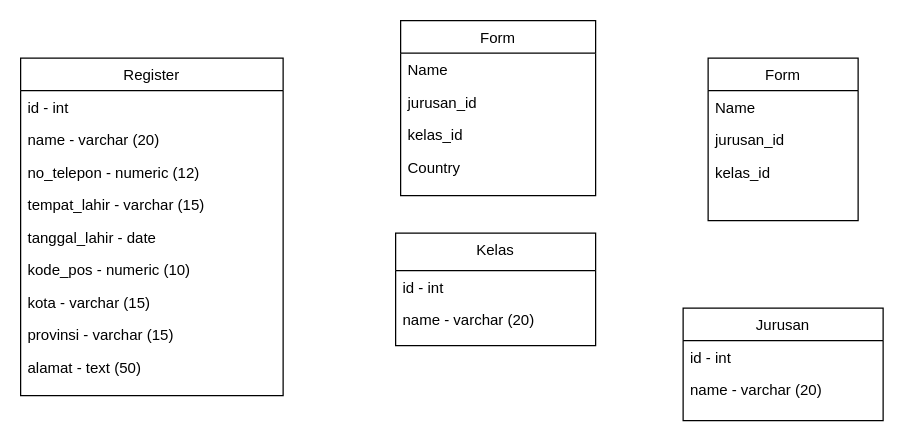
Above: Untitled Diagram.drawio in danangsptro/register-vhs (draw.io), before the change. Source tidied: cells renumbered, new cells numbered last; positions are measured from the earlier drawing's top-left corner, leaving out a move shared by most shapes. Both pictures are drawn from the tidied source at 125%, with x=0, y=0 at pixel (20, 20).
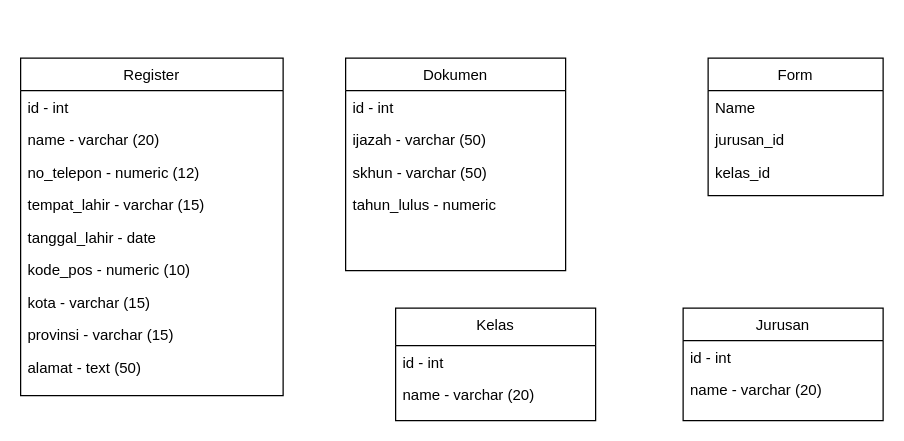
Above is the later version.

Diff of the diagram source:
```diff
@@
     <mxCell id="12" value="Kelas" style="swimlane;fontStyle=0;align=center;verticalAlign=top;horizontal=1;startSize=30;rounded=0;shadow=0;strokeWidth=1;" parent="1" vertex="1">
-      <mxGeometry x="300" y="170" width="160" height="90" as="geometry" />
+      <mxGeometry x="300" y="230" width="160" height="90" as="geometry" />
     </mxCell>
@@
     <mxCell id="18" value="Form" style="swimlane;fontStyle=0;align=center;verticalAlign=top;horizontal=1;startSize=26;rounded=0;shadow=0;strokeWidth=1;" parent="1" vertex="1">
-      <mxGeometry x="550" y="30" width="120" height="130" as="geometry" />
+      <mxGeometry x="550" y="30" width="140" height="110" as="geometry" />
     </mxCell>
     <mxCell id="19" value="Name" style="text;align=left;verticalAlign=top;spacingLeft=4;spacingRight=4;overflow=hidden;" parent="18" vertex="1">
-      <mxGeometry y="26" width="120" height="26" as="geometry" />
+      <mxGeometry y="26" width="140" height="26" as="geometry" />
     </mxCell>
     <mxCell id="20" value="jurusan_id" style="text;align=left;verticalAlign=top;spacingLeft=4;spacingRight=4;overflow=hidden;rounded=0;shadow=0;html=0;" parent="18" vertex="1">
-      <mxGeometry y="52" width="120" height="26" as="geometry" />
+      <mxGeometry y="52" width="140" height="26" as="geometry" />
     </mxCell>
     <mxCell id="21" value="kelas_id" style="text;align=left;verticalAlign=top;spacingLeft=4;spacingRight=4;overflow=hidden;rounded=0;shadow=0;html=0;" parent="18" vertex="1">
-      <mxGeometry y="78" width="120" height="26" as="geometry" />
+      <mxGeometry y="78" width="140" height="26" as="geometry" />
     </mxCell>
-    <mxCell id="22" value="Form" style="swimlane;fontStyle=0;align=center;verticalAlign=top;horizontal=1;startSize=26;rounded=0;shadow=0;strokeWidth=1;" parent="1" vertex="1">
-      <mxGeometry x="304" width="156" height="140" as="geometry" />
+    <mxCell id="22" value="Dokumen" style="swimlane;fontStyle=0;align=center;verticalAlign=top;horizontal=1;startSize=26;rounded=0;shadow=0;strokeWidth=1;" parent="1" vertex="1">
+      <mxGeometry x="260" y="30" width="176" height="170" as="geometry" />
     </mxCell>
-    <mxCell id="23" value="Name" style="text;align=left;verticalAlign=top;spacingLeft=4;spacingRight=4;overflow=hidden;" parent="22" vertex="1">
-      <mxGeometry y="26" width="156" height="26" as="geometry" />
+    <mxCell id="23" value="id - int" style="text;align=left;verticalAlign=top;spacingLeft=4;spacingRight=4;overflow=hidden;" parent="22" vertex="1">
+      <mxGeometry y="26" width="176" height="26" as="geometry" />
     </mxCell>
-    <mxCell id="24" value="jurusan_id" style="text;align=left;verticalAlign=top;spacingLeft=4;spacingRight=4;overflow=hidden;rounded=0;shadow=0;html=0;" parent="22" vertex="1">
-      <mxGeometry y="52" width="156" height="26" as="geometry" />
+    <mxCell id="24" value="ijazah - varchar (50)" style="text;align=left;verticalAlign=top;spacingLeft=4;spacingRight=4;overflow=hidden;rounded=0;shadow=0;html=0;" parent="22" vertex="1">
+      <mxGeometry y="52" width="176" height="26" as="geometry" />
     </mxCell>
-    <mxCell id="25" value="kelas_id" style="text;align=left;verticalAlign=top;spacingLeft=4;spacingRight=4;overflow=hidden;rounded=0;shadow=0;html=0;" parent="22" vertex="1">
-      <mxGeometry y="78" width="156" height="26" as="geometry" />
+    <mxCell id="25" value="skhun - varchar (50)" style="text;align=left;verticalAlign=top;spacingLeft=4;spacingRight=4;overflow=hidden;rounded=0;shadow=0;html=0;" parent="22" vertex="1">
+      <mxGeometry y="78" width="176" height="26" as="geometry" />
     </mxCell>
-    <mxCell id="26" value="Country" style="text;align=left;verticalAlign=top;spacingLeft=4;spacingRight=4;overflow=hidden;rounded=0;shadow=0;html=0;" parent="22" vertex="1">
-      <mxGeometry y="104" width="156" height="26" as="geometry" />
+    <mxCell id="26" value="tahun_lulus - numeric" style="text;align=left;verticalAlign=top;spacingLeft=4;spacingRight=4;overflow=hidden;rounded=0;shadow=0;html=0;" parent="22" vertex="1">
+      <mxGeometry y="104" width="176" height="26" as="geometry" />
     </mxCell>
```
